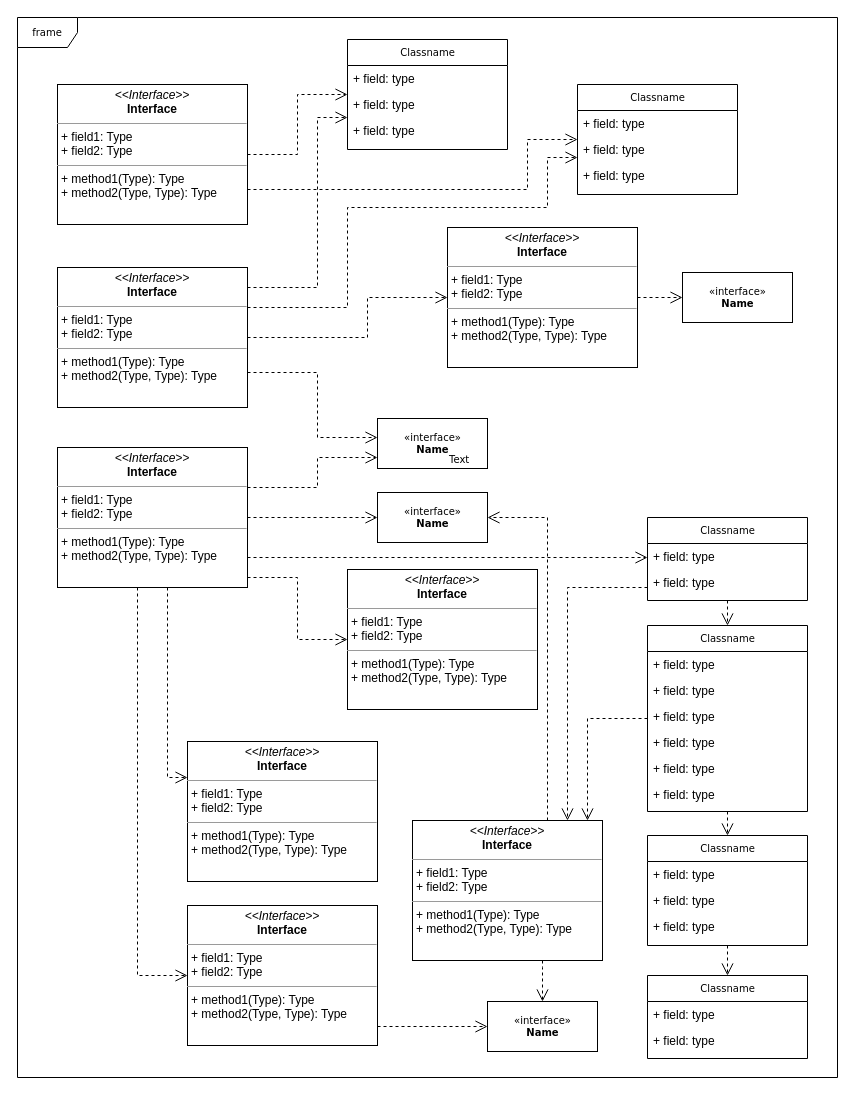
The draw.io diagram doc/Untitled Diagram.drawio in benchem/Wan, before the edit. Source tidied: cells renumbered, new cells numbered last; positions are measured from the earlier drawing's top-left corner, leaving out a move shared by most shapes. Both pictures are drawn from the tidied source at 100%, with x=0, y=0 at pixel (17, 17).
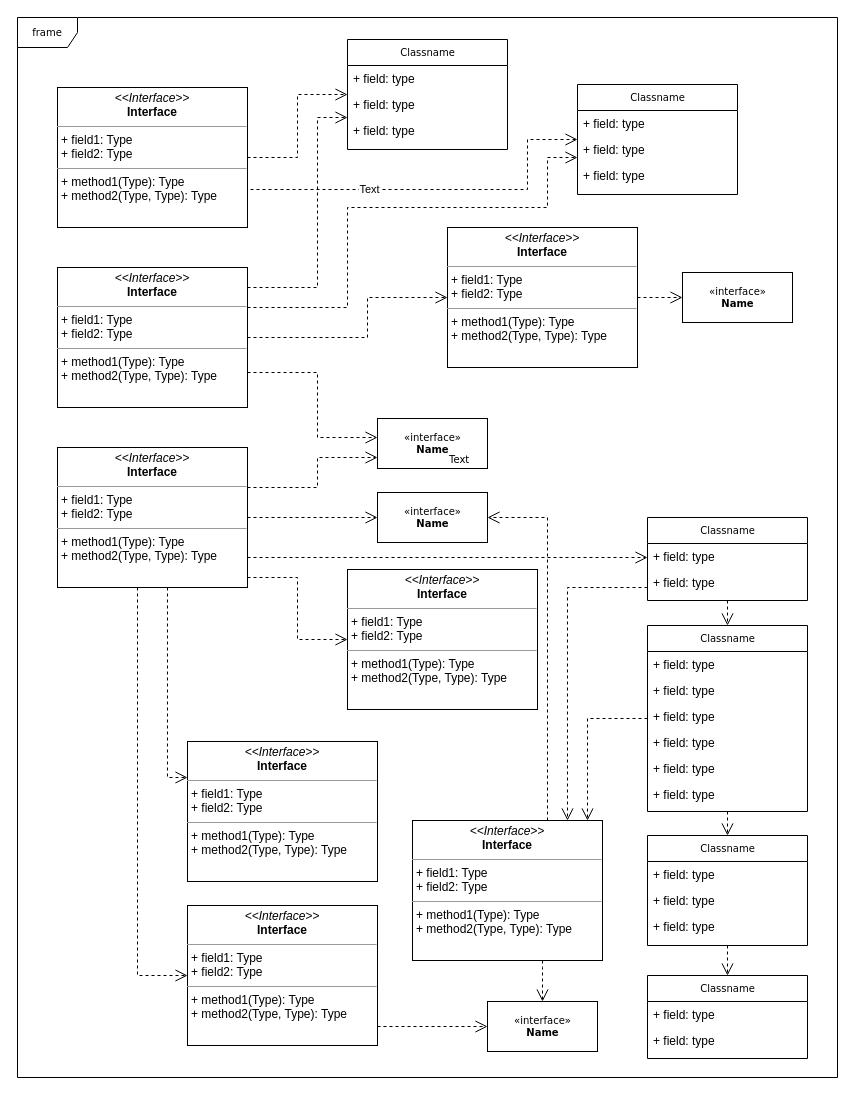
The same diagram, later.

Unchanged cells that the change refers to:
```xml
<mxCell id="47" style="edgeStyle=orthogonalEdgeStyle;rounded=0;html=1;exitX=1;exitY=0.75;dashed=1;labelBackgroundColor=none;startFill=0;endArrow=open;endFill=0;endSize=10;fontFamily=Verdana;fontSize=10;" parent="1" edge="1" source="48" target="16">
  <mxGeometry relative="1" as="geometry">
    <Array as="points">
      <mxPoint x="510" y="172" />
      <mxPoint x="510" y="122" />
    </Array>
  </mxGeometry>
</mxCell>
```

Change to the diagram source:
```diff
@@
+    <mxCell id="62" value="Text" style="edgeLabel;html=1;align=center;verticalAlign=middle;" parent="47" vertex="1">
+      <mxGeometry x="-0.35" y="1" relative="1" as="geometry" />
+    </mxCell>
     <mxCell id="48" value="&lt;p style=&quot;margin:0px;margin-top:4px;text-align:center;&quot;&gt;&lt;i&gt;&amp;lt;&amp;lt;Interface&amp;gt;&amp;gt;&lt;/i&gt;&lt;br/&gt;&lt;b&gt;Interface&lt;/b&gt;&lt;/p&gt;&lt;hr size=&quot;1&quot;/&gt;&lt;p style=&quot;margin:0px;margin-left:4px;&quot;&gt;+ field1: Type&lt;br/&gt;+ field2: Type&lt;/p&gt;&lt;hr size=&quot;1&quot;/&gt;&lt;p style=&quot;margin:0px;margin-left:4px;&quot;&gt;+ method1(Type): Type&lt;br/&gt;+ method2(Type, Type): Type&lt;/p&gt;" style="verticalAlign=top;align=left;overflow=fill;fontSize=12;fontFamily=Helvetica;html=1;rounded=0;shadow=0;comic=0;labelBackgroundColor=none;strokeWidth=1;" parent="1" vertex="1">
-      <mxGeometry x="40" y="67" width="190" height="140" as="geometry" />
+      <mxGeometry x="40" y="70" width="190" height="140" as="geometry" />
     </mxCell>
```
